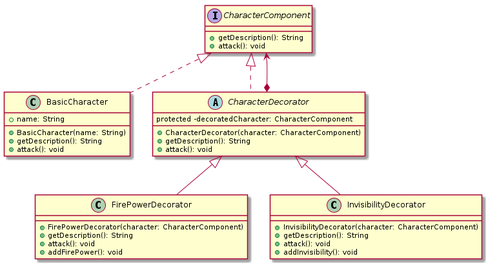
Above: UML/Decorator/character.decorator.png in project-survivor/documentation (PlantUML), before the change.
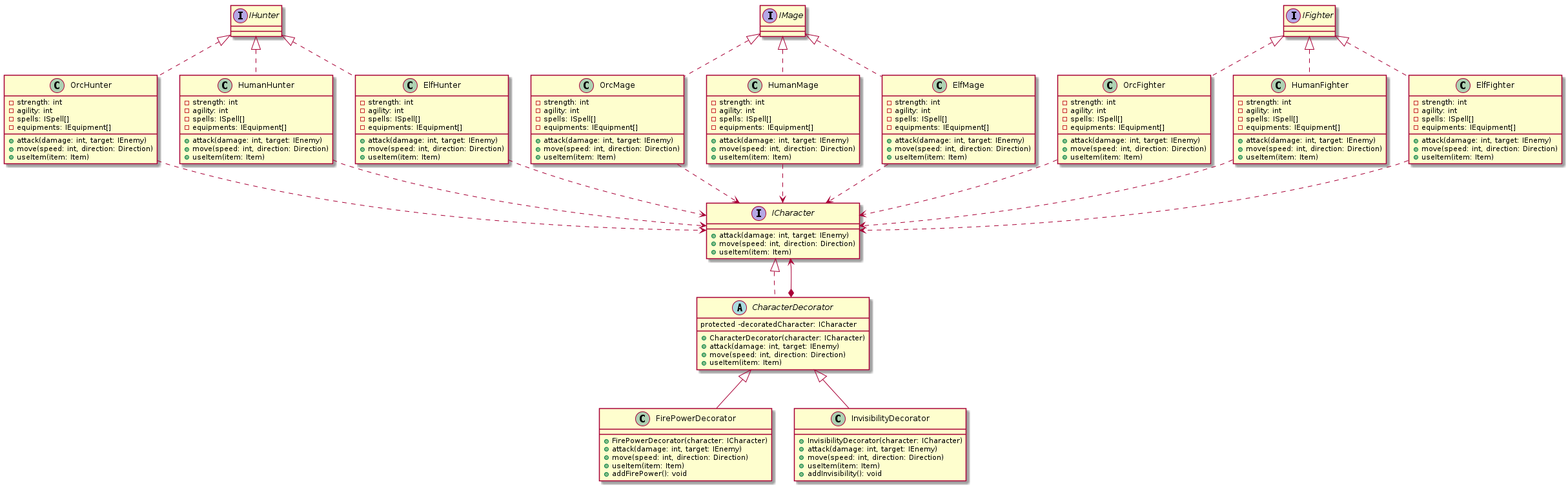
The same file after the commit.

What changed in the source:
```diff
@@ -1,39 +1,138 @@
 @startuml
 hide footbox
 
-interface CharacterComponent {
-    +getDescription(): String
-    +attack(): void
+class OrcHunter implements IHunter {
+    -strength: int
+    -agility: int
+    -spells: ISpell[]
+    -equipments: IEquipment[]
+    + attack(damage: int, target: IEnemy)
+    + move(speed: int, direction: Direction)
+    + useItem(item: Item)
 }
 
-class BasicCharacter implements CharacterComponent {
-    +name: String
-    +BasicCharacter(name: String)
-    +getDescription(): String
-    +attack(): void
+class HumanHunter implements IHunter {
+    -strength: int
+    -agility: int
+    -spells: ISpell[]
+    -equipments: IEquipment[]
+    + attack(damage: int, target: IEnemy)
+    + move(speed: int, direction: Direction)
+    + useItem(item: Item)
 }
 
-abstract class CharacterDecorator implements CharacterComponent {
-    protected -decoratedCharacter: CharacterComponent
-    +CharacterDecorator(character: CharacterComponent)
-    +getDescription(): String
-    +attack(): void
+class ElfHunter implements IHunter {
+    -strength: int
+    -agility: int
+    -spells: ISpell[]
+    -equipments: IEquipment[]
+    + attack(damage: int, target: IEnemy)
+    + move(speed: int, direction: Direction)
+    + useItem(item: Item)
+}
+
+class OrcMage implements IMage{
+    -strength: int
+    -agility: int
+    -spells: ISpell[]
+    -equipments: IEquipment[]
+    + attack(damage: int, target: IEnemy)
+    + move(speed: int, direction: Direction)
+    + useItem(item: Item)
+}
+
+class HumanMage implements IMage {
+    -strength: int
+    -agility: int
+    -spells: ISpell[]
+    -equipments: IEquipment[]
+    + attack(damage: int, target: IEnemy)
+    + move(speed: int, direction: Direction)
+    + useItem(item: Item)
+}
+
+class ElfMage implements IMage {
+    -strength: int
+    -agility: int
+    -spells: ISpell[]
+    -equipments: IEquipment[]
+    + attack(damage: int, target: IEnemy)
+    + move(speed: int, direction: Direction)
+    + useItem(item: Item)
+}
+
+class OrcFighter implements IFighter {
+    -strength: int
+    -agility: int
+    -spells: ISpell[]
+    -equipments: IEquipment[]
+    + attack(damage: int, target: IEnemy)
+    + move(speed: int, direction: Direction)
+    + useItem(item: Item)
+}
+
+class HumanFighter implements IFighter {
+    -strength: int
+    -agility: int
+    -spells: ISpell[]
+    -equipments: IEquipment[]
+    + attack(damage: int, target: IEnemy)
+    + move(speed: int, direction: Direction)
+    + useItem(item: Item)
+}
+
+class ElfFighter implements IFighter {
+    -strength: int
+    -agility: int
+    -spells: ISpell[]
+    -equipments: IEquipment[]
+    + attack(damage: int, target: IEnemy)
+    + move(speed: int, direction: Direction)
+    + useItem(item: Item)
+}
+
+interface ICharacter {
+    + attack(damage: int, target: IEnemy)
+    + move(speed: int, direction: Direction)
+    + useItem(item: Item)
+}
+
+abstract class CharacterDecorator implements ICharacter {
+    protected -decoratedCharacter: ICharacter
+    +CharacterDecorator(character: ICharacter)
+    +attack(damage: int, target: IEnemy)
+    +move(speed: int, direction: Direction)
+    +useItem(item: Item)
 }
 
 class FirePowerDecorator extends CharacterDecorator {
-    +FirePowerDecorator(character: CharacterComponent)
-    +getDescription(): String
-    +attack(): void
+    +FirePowerDecorator(character: ICharacter)
+    + attack(damage: int, target: IEnemy)
+    + move(speed: int, direction: Direction)
+    + useItem(item: Item)
     +addFirePower(): void
 }
 
 class InvisibilityDecorator extends CharacterDecorator {
-    +InvisibilityDecorator(character: CharacterComponent)
-    +getDescription(): String
-    +attack(): void
+    +InvisibilityDecorator(character: ICharacter)
+    + attack(damage: int, target: IEnemy)
+    + move(speed: int, direction: Direction)
+    + useItem(item: Item)
     +addInvisibility(): void
 }
 
-CharacterDecorator *--> CharacterComponent
+CharacterDecorator *--> ICharacter
+
+HumanHunter ..> ICharacter
+HumanMage ..> ICharacter
+HumanFighter ..> ICharacter
+
+OrcHunter ..> ICharacter
+OrcMage ..> ICharacter
+OrcFighter ..> ICharacter
+
+ElfHunter ..> ICharacter
+ElfMage ..> ICharacter
+ElfFighter ..> ICharacter
 
 @enduml
```
